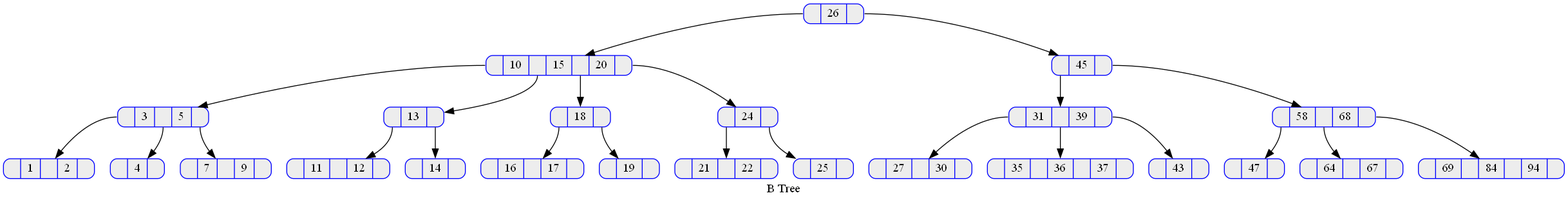
Desconocido502/tallerEDD keeps this Graphviz diagram as B Tree/ArbolB.png. Above is the earlier version. Its source is kept beside it as B Tree/ArbolB.dot. Its diagram source:
```dot
digraph g {
label="B Tree";
rankdir=TB;
node [shape=record, height=.1, color=blue ,style="rounded,filled", fillcolor=gray93];
"Nodoba57dd46-aa23-5053-9eef-cbb0c63700ba"[label="<P0>|26|<P1>"];
"Nodobcf811cd-60d7-e686-5b1f-4b1183b68968"[label="<P0>|10|<P1>|15|<P2>|20|<P3>"];
"Nodo5b2d1387-d66f-fde0-16ca-9c05de3876bd"[label="<P0>|3|<P1>|5|<P2>"];
"Nodo261c5f20-b258-d834-3faa-d3f78bc4ca54"[label="<P0>|1|<P1>|2|<P2>"];
"Nodo5b2d1387-d66f-fde0-16ca-9c05de3876bd":P0 -> "Nodo261c5f20-b258-d834-3faa-d3f78bc4ca54";
"Nodod8b006c5-3dd3-a5a1-bc8c-aebf71ba5ee2"[label="<P0>|4|<P1>"];
"Nodo5b2d1387-d66f-fde0-16ca-9c05de3876bd":P1 -> "Nodod8b006c5-3dd3-a5a1-bc8c-aebf71ba5ee2";
"Nodo5f122ff8-e9da-2a06-83d0-bd132138193e"[label="<P0>|7|<P1>|9|<P2>"];
"Nodo5b2d1387-d66f-fde0-16ca-9c05de3876bd":P2 -> "Nodo5f122ff8-e9da-2a06-83d0-bd132138193e";
"Nodobcf811cd-60d7-e686-5b1f-4b1183b68968":P0 -> "Nodo5b2d1387-d66f-fde0-16ca-9c05de3876bd";
"Nodof77e9e14-a06c-c3e3-f988-2777e71b9823"[label="<P0>|13|<P1>"];
"Nodo174f43db-80af-889e-46dc-89e963339d9b"[label="<P0>|11|<P1>|12|<P2>"];
"Nodof77e9e14-a06c-c3e3-f988-2777e71b9823":P0 -> "Nodo174f43db-80af-889e-46dc-89e963339d9b";
"Nodoa09beae9-5fb9-d612-bfc3-71ec908e92ce"[label="<P0>|14|<P1>"];
"Nodof77e9e14-a06c-c3e3-f988-2777e71b9823":P1 -> "Nodoa09beae9-5fb9-d612-bfc3-71ec908e92ce";
"Nodobcf811cd-60d7-e686-5b1f-4b1183b68968":P1 -> "Nodof77e9e14-a06c-c3e3-f988-2777e71b9823";
"Nodoc2b80512-af54-9a93-b4b4-49d091da6405"[label="<P0>|18|<P1>"];
"Nodo48c4aa0a-c0d0-c864-15a1-64a2e29bc56d"[label="<P0>|16|<P1>|17|<P2>"];
"Nodoc2b80512-af54-9a93-b4b4-49d091da6405":P0 -> "Nodo48c4aa0a-c0d0-c864-15a1-64a2e29bc56d";
"Nodo7df44343-3d54-770b-b847-37330835f99d"[label="<P0>|19|<P1>"];
"Nodoc2b80512-af54-9a93-b4b4-49d091da6405":P1 -> "Nodo7df44343-3d54-770b-b847-37330835f99d";
"Nodobcf811cd-60d7-e686-5b1f-4b1183b68968":P2 -> "Nodoc2b80512-af54-9a93-b4b4-49d091da6405";
"Nodof078dfeb-7376-69b8-17ef-068a4fd1017a"[label="<P0>|24|<P1>"];
"Nodo32a303fc-3790-e0ce-c71f-931dcd4231ea"[label="<P0>|21|<P1>|22|<P2>"];
"Nodof078dfeb-7376-69b8-17ef-068a4fd1017a":P0 -> "Nodo32a303fc-3790-e0ce-c71f-931dcd4231ea";
"Nodo86fdbb19-832b-d156-0255-f61d32f12884"[label="<P0>|25|<P1>"];
"Nodof078dfeb-7376-69b8-17ef-068a4fd1017a":P1 -> "Nodo86fdbb19-832b-d156-0255-f61d32f12884";
"Nodobcf811cd-60d7-e686-5b1f-4b1183b68968":P3 -> "Nodof078dfeb-7376-69b8-17ef-068a4fd1017a";
"Nodoba57dd46-aa23-5053-9eef-cbb0c63700ba":P0 -> "Nodobcf811cd-60d7-e686-5b1f-4b1183b68968";
"Nodo8a9b09a3-58ba-6bbc-f02b-a3f246a545df"[label="<P0>|45|<P1>"];
"Nodo58f2950c-1e15-e483-3e1c-d6c3ed8604cf"[label="<P0>|31|<P1>|39|<P2>"];
"Nodo27553afb-d12a-5063-8794-acb82304b808"[label="<P0>|27|<P1>|30|<P2>"];
"Nodo58f2950c-1e15-e483-3e1c-d6c3ed8604cf":P0 -> "Nodo27553afb-d12a-5063-8794-acb82304b808";
"Nodo0b633789-bc08-9865-11fb-f2589280a796"[label="<P0>|35|<P1>|36|<P2>|37|<P3>"];
"Nodo58f2950c-1e15-e483-3e1c-d6c3ed8604cf":P1 -> "Nodo0b633789-bc08-9865-11fb-f2589280a796";
"Nodo900d5122-559c-2f3e-f9ab-7bc18a3ff140"[label="<P0>|43|<P1>"];
"Nodo58f2950c-1e15-e483-3e1c-d6c3ed8604cf":P2 -> "Nodo900d5122-559c-2f3e-f9ab-7bc18a3ff140";
"Nodo8a9b09a3-58ba-6bbc-f02b-a3f246a545df":P0 -> "Nodo58f2950c-1e15-e483-3e1c-d6c3ed8604cf";
"Nodo61a7e529-1596-045e-992c-0085ac9b6a18"[label="<P0>|58|<P1>|68|<P2>"];
"Nodo857c4cc7-19b6-2011-7643-68de1cf72f88"[label="<P0>|47|<P1>"];
"Nodo61a7e529-1596-045e-992c-0085ac9b6a18":P0 -> "Nodo857c4cc7-19b6-2011-7643-68de1cf72f88";
"Nodoc8ad1414-6b87-5ccc-a8e7-3e7bd069ce40"[label="<P0>|64|<P1>|67|<P2>"];
"Nodo61a7e529-1596-045e-992c-0085ac9b6a18":P1 -> "Nodoc8ad1414-6b87-5ccc-a8e7-3e7bd069ce40";
"Nodoa8293790-493b-5e67-b379-8caf37b0caaf"[label="<P0>|69|<P1>|84|<P2>|94|<P3>"];
"Nodo61a7e529-1596-045e-992c-0085ac9b6a18":P2 -> "Nodoa8293790-493b-5e67-b379-8caf37b0caaf";
"Nodo8a9b09a3-58ba-6bbc-f02b-a3f246a545df":P1 -> "Nodo61a7e529-1596-045e-992c-0085ac9b6a18";
"Nodoba57dd46-aa23-5053-9eef-cbb0c63700ba":P1 -> "Nodo8a9b09a3-58ba-6bbc-f02b-a3f246a545df";

}
```
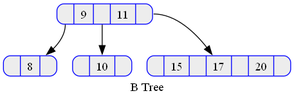
Later version of the same file.

Diff of the diagram source:
```diff
@@ -2,52 +2,12 @@
 label="B Tree";
 rankdir=TB;
 node [shape=record, height=.1, color=blue ,style="rounded,filled", fillcolor=gray93];
-"Nodoba57dd46-aa23-5053-9eef-cbb0c63700ba"[label="<P0>|26|<P1>"];
-"Nodobcf811cd-60d7-e686-5b1f-4b1183b68968"[label="<P0>|10|<P1>|15|<P2>|20|<P3>"];
-"Nodo5b2d1387-d66f-fde0-16ca-9c05de3876bd"[label="<P0>|3|<P1>|5|<P2>"];
-"Nodo261c5f20-b258-d834-3faa-d3f78bc4ca54"[label="<P0>|1|<P1>|2|<P2>"];
-"Nodo5b2d1387-d66f-fde0-16ca-9c05de3876bd":P0 -> "Nodo261c5f20-b258-d834-3faa-d3f78bc4ca54";
-"Nodod8b006c5-3dd3-a5a1-bc8c-aebf71ba5ee2"[label="<P0>|4|<P1>"];
-"Nodo5b2d1387-d66f-fde0-16ca-9c05de3876bd":P1 -> "Nodod8b006c5-3dd3-a5a1-bc8c-aebf71ba5ee2";
-"Nodo5f122ff8-e9da-2a06-83d0-bd132138193e"[label="<P0>|7|<P1>|9|<P2>"];
-"Nodo5b2d1387-d66f-fde0-16ca-9c05de3876bd":P2 -> "Nodo5f122ff8-e9da-2a06-83d0-bd132138193e";
-"Nodobcf811cd-60d7-e686-5b1f-4b1183b68968":P0 -> "Nodo5b2d1387-d66f-fde0-16ca-9c05de3876bd";
-"Nodof77e9e14-a06c-c3e3-f988-2777e71b9823"[label="<P0>|13|<P1>"];
-"Nodo174f43db-80af-889e-46dc-89e963339d9b"[label="<P0>|11|<P1>|12|<P2>"];
-"Nodof77e9e14-a06c-c3e3-f988-2777e71b9823":P0 -> "Nodo174f43db-80af-889e-46dc-89e963339d9b";
-"Nodoa09beae9-5fb9-d612-bfc3-71ec908e92ce"[label="<P0>|14|<P1>"];
-"Nodof77e9e14-a06c-c3e3-f988-2777e71b9823":P1 -> "Nodoa09beae9-5fb9-d612-bfc3-71ec908e92ce";
-"Nodobcf811cd-60d7-e686-5b1f-4b1183b68968":P1 -> "Nodof77e9e14-a06c-c3e3-f988-2777e71b9823";
-"Nodoc2b80512-af54-9a93-b4b4-49d091da6405"[label="<P0>|18|<P1>"];
-"Nodo48c4aa0a-c0d0-c864-15a1-64a2e29bc56d"[label="<P0>|16|<P1>|17|<P2>"];
-"Nodoc2b80512-af54-9a93-b4b4-49d091da6405":P0 -> "Nodo48c4aa0a-c0d0-c864-15a1-64a2e29bc56d";
-"Nodo7df44343-3d54-770b-b847-37330835f99d"[label="<P0>|19|<P1>"];
-"Nodoc2b80512-af54-9a93-b4b4-49d091da6405":P1 -> "Nodo7df44343-3d54-770b-b847-37330835f99d";
-"Nodobcf811cd-60d7-e686-5b1f-4b1183b68968":P2 -> "Nodoc2b80512-af54-9a93-b4b4-49d091da6405";
-"Nodof078dfeb-7376-69b8-17ef-068a4fd1017a"[label="<P0>|24|<P1>"];
-"Nodo32a303fc-3790-e0ce-c71f-931dcd4231ea"[label="<P0>|21|<P1>|22|<P2>"];
-"Nodof078dfeb-7376-69b8-17ef-068a4fd1017a":P0 -> "Nodo32a303fc-3790-e0ce-c71f-931dcd4231ea";
-"Nodo86fdbb19-832b-d156-0255-f61d32f12884"[label="<P0>|25|<P1>"];
-"Nodof078dfeb-7376-69b8-17ef-068a4fd1017a":P1 -> "Nodo86fdbb19-832b-d156-0255-f61d32f12884";
-"Nodobcf811cd-60d7-e686-5b1f-4b1183b68968":P3 -> "Nodof078dfeb-7376-69b8-17ef-068a4fd1017a";
-"Nodoba57dd46-aa23-5053-9eef-cbb0c63700ba":P0 -> "Nodobcf811cd-60d7-e686-5b1f-4b1183b68968";
-"Nodo8a9b09a3-58ba-6bbc-f02b-a3f246a545df"[label="<P0>|45|<P1>"];
-"Nodo58f2950c-1e15-e483-3e1c-d6c3ed8604cf"[label="<P0>|31|<P1>|39|<P2>"];
-"Nodo27553afb-d12a-5063-8794-acb82304b808"[label="<P0>|27|<P1>|30|<P2>"];
-"Nodo58f2950c-1e15-e483-3e1c-d6c3ed8604cf":P0 -> "Nodo27553afb-d12a-5063-8794-acb82304b808";
-"Nodo0b633789-bc08-9865-11fb-f2589280a796"[label="<P0>|35|<P1>|36|<P2>|37|<P3>"];
-"Nodo58f2950c-1e15-e483-3e1c-d6c3ed8604cf":P1 -> "Nodo0b633789-bc08-9865-11fb-f2589280a796";
-"Nodo900d5122-559c-2f3e-f9ab-7bc18a3ff140"[label="<P0>|43|<P1>"];
-"Nodo58f2950c-1e15-e483-3e1c-d6c3ed8604cf":P2 -> "Nodo900d5122-559c-2f3e-f9ab-7bc18a3ff140";
-"Nodo8a9b09a3-58ba-6bbc-f02b-a3f246a545df":P0 -> "Nodo58f2950c-1e15-e483-3e1c-d6c3ed8604cf";
-"Nodo61a7e529-1596-045e-992c-0085ac9b6a18"[label="<P0>|58|<P1>|68|<P2>"];
-"Nodo857c4cc7-19b6-2011-7643-68de1cf72f88"[label="<P0>|47|<P1>"];
-"Nodo61a7e529-1596-045e-992c-0085ac9b6a18":P0 -> "Nodo857c4cc7-19b6-2011-7643-68de1cf72f88";
-"Nodoc8ad1414-6b87-5ccc-a8e7-3e7bd069ce40"[label="<P0>|64|<P1>|67|<P2>"];
-"Nodo61a7e529-1596-045e-992c-0085ac9b6a18":P1 -> "Nodoc8ad1414-6b87-5ccc-a8e7-3e7bd069ce40";
-"Nodoa8293790-493b-5e67-b379-8caf37b0caaf"[label="<P0>|69|<P1>|84|<P2>|94|<P3>"];
-"Nodo61a7e529-1596-045e-992c-0085ac9b6a18":P2 -> "Nodoa8293790-493b-5e67-b379-8caf37b0caaf";
-"Nodo8a9b09a3-58ba-6bbc-f02b-a3f246a545df":P1 -> "Nodo61a7e529-1596-045e-992c-0085ac9b6a18";
-"Nodoba57dd46-aa23-5053-9eef-cbb0c63700ba":P1 -> "Nodo8a9b09a3-58ba-6bbc-f02b-a3f246a545df";
+"Nodo31d307d6-bf57-2e80-5cd1-271f0725d406"[label="<P0>|9|<P1>|11|<P2>"];
+"Nodoab90b0f7-2290-c5ce-ca1b-65a4228a76ea"[label="<P0>|8|<P1>"];
+"Nodo31d307d6-bf57-2e80-5cd1-271f0725d406":P0 -> "Nodoab90b0f7-2290-c5ce-ca1b-65a4228a76ea";
+"Nodobfff962c-7607-18ee-854c-95ddadc798d9"[label="<P0>|10|<P1>"];
+"Nodo31d307d6-bf57-2e80-5cd1-271f0725d406":P1 -> "Nodobfff962c-7607-18ee-854c-95ddadc798d9";
+"Nodo29171ea8-af5b-3357-3607-7797416c1fbc"[label="<P0>|15|<P1>|17|<P2>|20|<P3>"];
+"Nodo31d307d6-bf57-2e80-5cd1-271f0725d406":P2 -> "Nodo29171ea8-af5b-3357-3607-7797416c1fbc";
 
 }
```
